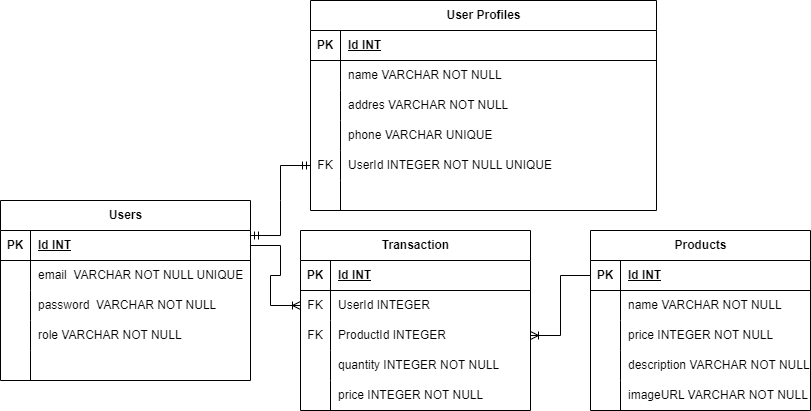
carloshakim00/Pair-Project-Group-7 keeps this draw.io diagram as schema.drawio.png. Above is the earlier version. Source tidied: cells renumbered, new cells last; positions are measured from the earlier drawing's top-left corner, leaving out a move shared by most shapes. Source of this version:
```xml
<mxGraphModel>
  <root>
    <mxCell id="0" />
    <mxCell id="1" parent="0" />
    <mxCell id="2" value="Users" style="shape=table;startSize=30;rowLines=0;fontStyle=1;align=center;html=1;" parent="1" vertex="1">
      <mxGeometry y="200" width="250" height="180" as="geometry" />
    </mxCell>
    <mxCell id="3" style="shape=tableRow;horizontal=0;startSize=0;swimlaneHead=0;swimlaneBody=0;fillColor=none;points=[[0,0.5],[1,0.5]];portConstraint=eastwest;top=0;left=0;right=0;bottom=1;" parent="2" vertex="1">
      <mxGeometry y="30" width="250" height="30" as="geometry" />
    </mxCell>
    <mxCell id="4" value="PK" style="shape=partialRectangle;fillColor=none;top=0;left=0;bottom=0;right=0;fontStyle=1;overflow=hidden;whiteSpace=wrap;html=1;" parent="3" vertex="1">
      <mxGeometry width="30" height="30" as="geometry" />
    </mxCell>
    <mxCell id="5" value="Id INT" style="shape=partialRectangle;fillColor=none;top=0;left=0;bottom=0;right=0;align=left;spacingLeft=6;fontStyle=5;overflow=hidden;whiteSpace=wrap;html=1;" parent="3" vertex="1">
      <mxGeometry x="30" width="220" height="30" as="geometry" />
    </mxCell>
    <mxCell id="6" style="shape=tableRow;horizontal=0;startSize=0;swimlaneHead=0;swimlaneBody=0;fillColor=none;top=0;left=0;right=0;bottom=0;" parent="2" vertex="1">
      <mxGeometry y="60" width="250" height="30" as="geometry" />
    </mxCell>
    <mxCell id="7" style="shape=partialRectangle;fillColor=none;top=0;left=0;bottom=0;right=0;overflow=hidden;whiteSpace=wrap;html=1;" parent="6" vertex="1">
      <mxGeometry width="30" height="30" as="geometry" />
    </mxCell>
    <mxCell id="8" value="email&amp;nbsp; VARCHAR NOT NULL UNIQUE" style="shape=partialRectangle;fillColor=none;top=0;left=0;bottom=0;right=0;align=left;spacingLeft=6;overflow=hidden;whiteSpace=wrap;html=1;" parent="6" vertex="1">
      <mxGeometry x="30" width="220" height="30" as="geometry" />
    </mxCell>
    <mxCell id="9" style="shape=tableRow;horizontal=0;startSize=0;swimlaneHead=0;swimlaneBody=0;fillColor=none;top=0;left=0;right=0;bottom=0;" parent="2" vertex="1">
      <mxGeometry y="90" width="250" height="30" as="geometry" />
    </mxCell>
    <mxCell id="10" style="shape=partialRectangle;fillColor=none;top=0;left=0;bottom=0;right=0;overflow=hidden;whiteSpace=wrap;html=1;" parent="9" vertex="1">
      <mxGeometry width="30" height="30" as="geometry" />
    </mxCell>
    <mxCell id="11" value="password&amp;nbsp; VARCHAR NOT NULL" style="shape=partialRectangle;fillColor=none;top=0;left=0;bottom=0;right=0;align=left;spacingLeft=6;overflow=hidden;whiteSpace=wrap;html=1;" parent="9" vertex="1">
      <mxGeometry x="30" width="220" height="30" as="geometry" />
    </mxCell>
    <mxCell id="12" style="shape=tableRow;horizontal=0;startSize=0;swimlaneHead=0;swimlaneBody=0;fillColor=none;top=0;left=0;right=0;bottom=0;" parent="2" vertex="1">
      <mxGeometry y="120" width="250" height="30" as="geometry" />
    </mxCell>
    <mxCell id="13" style="shape=partialRectangle;fillColor=none;top=0;left=0;bottom=0;right=0;overflow=hidden;whiteSpace=wrap;html=1;" parent="12" vertex="1">
      <mxGeometry width="30" height="30" as="geometry" />
    </mxCell>
    <mxCell id="14" value="role VARCHAR NOT NULL" style="shape=partialRectangle;fillColor=none;top=0;left=0;bottom=0;right=0;align=left;spacingLeft=6;overflow=hidden;whiteSpace=wrap;html=1;" parent="12" vertex="1">
      <mxGeometry x="30" width="220" height="30" as="geometry" />
    </mxCell>
    <mxCell id="15" style="shape=tableRow;horizontal=0;startSize=0;swimlaneHead=0;swimlaneBody=0;fillColor=none;top=0;left=0;right=0;bottom=0;" parent="2" vertex="1">
      <mxGeometry y="150" width="250" height="30" as="geometry" />
    </mxCell>
    <mxCell id="16" style="shape=partialRectangle;fillColor=none;top=0;left=0;bottom=0;right=0;overflow=hidden;whiteSpace=wrap;html=1;" parent="15" vertex="1">
      <mxGeometry width="30" height="30" as="geometry" />
    </mxCell>
    <mxCell id="17" style="shape=partialRectangle;fillColor=none;top=0;left=0;bottom=0;right=0;align=left;spacingLeft=6;overflow=hidden;whiteSpace=wrap;html=1;" parent="15" vertex="1">
      <mxGeometry x="30" width="220" height="30" as="geometry" />
    </mxCell>
    <mxCell id="18" value="User Profiles" style="shape=table;startSize=30;rowLines=0;fontStyle=1;align=center;html=1;" parent="1" vertex="1">
      <mxGeometry x="310" width="346" height="210" as="geometry" />
    </mxCell>
    <mxCell id="19" style="shape=tableRow;horizontal=0;startSize=0;swimlaneHead=0;swimlaneBody=0;fillColor=none;top=0;left=0;right=0;bottom=1;" parent="18" vertex="1">
      <mxGeometry y="30" width="346" height="30" as="geometry" />
    </mxCell>
    <mxCell id="20" value="PK" style="shape=partialRectangle;fillColor=none;top=0;left=0;bottom=0;right=0;fontStyle=1;overflow=hidden;whiteSpace=wrap;html=1;" parent="19" vertex="1">
      <mxGeometry width="30" height="30" as="geometry" />
    </mxCell>
    <mxCell id="21" value="Id INT" style="shape=partialRectangle;fillColor=none;top=0;left=0;bottom=0;right=0;align=left;spacingLeft=6;fontStyle=5;overflow=hidden;whiteSpace=wrap;html=1;" parent="19" vertex="1">
      <mxGeometry x="30" width="316" height="30" as="geometry" />
    </mxCell>
    <mxCell id="22" style="shape=tableRow;horizontal=0;startSize=0;swimlaneHead=0;swimlaneBody=0;fillColor=none;top=0;left=0;right=0;bottom=0;" parent="18" vertex="1">
      <mxGeometry y="60" width="346" height="30" as="geometry" />
    </mxCell>
    <mxCell id="23" style="shape=partialRectangle;fillColor=none;top=0;left=0;bottom=0;right=0;overflow=hidden;whiteSpace=wrap;html=1;" parent="22" vertex="1">
      <mxGeometry width="30" height="30" as="geometry" />
    </mxCell>
    <mxCell id="24" value="name VARCHAR NOT NULL" style="shape=partialRectangle;fillColor=none;top=0;left=0;bottom=0;right=0;align=left;spacingLeft=6;overflow=hidden;whiteSpace=wrap;html=1;" parent="22" vertex="1">
      <mxGeometry x="30" width="316" height="30" as="geometry" />
    </mxCell>
    <mxCell id="25" style="shape=tableRow;horizontal=0;startSize=0;swimlaneHead=0;swimlaneBody=0;fillColor=none;top=0;left=0;right=0;bottom=0;" parent="18" vertex="1">
      <mxGeometry y="90" width="346" height="30" as="geometry" />
    </mxCell>
    <mxCell id="26" style="shape=partialRectangle;fillColor=none;top=0;left=0;bottom=0;right=0;overflow=hidden;whiteSpace=wrap;html=1;" parent="25" vertex="1">
      <mxGeometry width="30" height="30" as="geometry" />
    </mxCell>
    <mxCell id="27" value="addres VARCHAR NOT NULL" style="shape=partialRectangle;fillColor=none;top=0;left=0;bottom=0;right=0;align=left;spacingLeft=6;overflow=hidden;whiteSpace=wrap;html=1;" parent="25" vertex="1">
      <mxGeometry x="30" width="316" height="30" as="geometry" />
    </mxCell>
    <mxCell id="28" style="shape=tableRow;horizontal=0;startSize=0;swimlaneHead=0;swimlaneBody=0;fillColor=none;top=0;left=0;right=0;bottom=0;" parent="18" vertex="1">
      <mxGeometry y="120" width="346" height="30" as="geometry" />
    </mxCell>
    <mxCell id="29" style="shape=partialRectangle;fillColor=none;top=0;left=0;bottom=0;right=0;overflow=hidden;whiteSpace=wrap;html=1;" parent="28" vertex="1">
      <mxGeometry width="30" height="30" as="geometry" />
    </mxCell>
    <mxCell id="30" value="phone VARCHAR UNIQUE" style="shape=partialRectangle;fillColor=none;top=0;left=0;bottom=0;right=0;align=left;spacingLeft=6;overflow=hidden;whiteSpace=wrap;html=1;" parent="28" vertex="1">
      <mxGeometry x="30" width="316" height="30" as="geometry" />
    </mxCell>
    <mxCell id="31" style="shape=tableRow;horizontal=0;startSize=0;swimlaneHead=0;swimlaneBody=0;fillColor=none;points=[[0,0.5],[1,0.5]];portConstraint=eastwest;top=0;left=0;right=0;bottom=0;" parent="18" vertex="1">
      <mxGeometry y="150" width="346" height="30" as="geometry" />
    </mxCell>
    <mxCell id="32" value="FK" style="shape=partialRectangle;fillColor=none;top=0;left=0;bottom=0;right=0;overflow=hidden;whiteSpace=wrap;html=1;" parent="31" vertex="1">
      <mxGeometry width="30" height="30" as="geometry" />
    </mxCell>
    <mxCell id="33" value="UserId INTEGER NOT NULL UNIQUE" style="shape=partialRectangle;fillColor=none;top=0;left=0;bottom=0;right=0;align=left;spacingLeft=6;overflow=hidden;whiteSpace=wrap;html=1;" parent="31" vertex="1">
      <mxGeometry x="30" width="316" height="30" as="geometry" />
    </mxCell>
    <mxCell id="34" style="shape=tableRow;horizontal=0;startSize=0;swimlaneHead=0;swimlaneBody=0;fillColor=none;top=0;left=0;right=0;bottom=0;" parent="18" vertex="1">
      <mxGeometry y="180" width="346" height="30" as="geometry" />
    </mxCell>
    <mxCell id="35" style="shape=partialRectangle;fillColor=none;top=0;left=0;bottom=0;right=0;overflow=hidden;whiteSpace=wrap;html=1;" parent="34" vertex="1">
      <mxGeometry width="30" height="30" as="geometry" />
    </mxCell>
    <mxCell id="36" style="shape=partialRectangle;fillColor=none;top=0;left=0;bottom=0;right=0;align=left;spacingLeft=6;overflow=hidden;whiteSpace=wrap;html=1;" parent="34" vertex="1">
      <mxGeometry x="30" width="316" height="30" as="geometry" />
    </mxCell>
    <mxCell id="37" style="edgeStyle=entityRelationEdgeStyle;fontSize=12;html=1;endArrow=ERmandOne;startArrow=ERmandOne;rounded=0;entryX=0;entryY=0.5;entryDx=0;entryDy=0;exitX=1;exitY=0.167;exitDx=0;exitDy=0;exitPerimeter=0;" parent="1" edge="1" source="3" target="31">
      <mxGeometry relative="1" as="geometry" />
    </mxCell>
    <mxCell id="38" value="Products" style="shape=table;startSize=30;rowLines=0;fontStyle=1;align=center;html=1;" parent="1" vertex="1">
      <mxGeometry x="590" y="230" width="220" height="180" as="geometry" />
    </mxCell>
    <mxCell id="39" style="shape=tableRow;horizontal=0;startSize=0;swimlaneHead=0;swimlaneBody=0;fillColor=none;points=[[0,0.5],[1,0.5]];portConstraint=eastwest;top=0;left=0;right=0;bottom=1;" parent="38" vertex="1">
      <mxGeometry y="30" width="220" height="30" as="geometry" />
    </mxCell>
    <mxCell id="40" value="PK" style="shape=partialRectangle;fillColor=none;top=0;left=0;bottom=0;right=0;fontStyle=1;overflow=hidden;whiteSpace=wrap;html=1;" parent="39" vertex="1">
      <mxGeometry width="30" height="30" as="geometry" />
    </mxCell>
    <mxCell id="41" value="Id INT" style="shape=partialRectangle;fillColor=none;top=0;left=0;bottom=0;right=0;align=left;spacingLeft=6;fontStyle=5;overflow=hidden;whiteSpace=wrap;html=1;" parent="39" vertex="1">
      <mxGeometry x="30" width="190" height="30" as="geometry" />
    </mxCell>
    <mxCell id="42" style="shape=tableRow;horizontal=0;startSize=0;swimlaneHead=0;swimlaneBody=0;fillColor=none;top=0;left=0;right=0;bottom=0;" parent="38" vertex="1">
      <mxGeometry y="60" width="220" height="30" as="geometry" />
    </mxCell>
    <mxCell id="43" style="shape=partialRectangle;fillColor=none;top=0;left=0;bottom=0;right=0;overflow=hidden;whiteSpace=wrap;html=1;" parent="42" vertex="1">
      <mxGeometry width="30" height="30" as="geometry" />
    </mxCell>
    <mxCell id="44" value="name VARCHAR NOT NULL" style="shape=partialRectangle;fillColor=none;top=0;left=0;bottom=0;right=0;align=left;spacingLeft=6;overflow=hidden;whiteSpace=wrap;html=1;" parent="42" vertex="1">
      <mxGeometry x="30" width="190" height="30" as="geometry" />
    </mxCell>
    <mxCell id="45" style="shape=tableRow;horizontal=0;startSize=0;swimlaneHead=0;swimlaneBody=0;fillColor=none;top=0;left=0;right=0;bottom=0;" parent="38" vertex="1">
      <mxGeometry y="90" width="220" height="30" as="geometry" />
    </mxCell>
    <mxCell id="46" style="shape=partialRectangle;fillColor=none;top=0;left=0;bottom=0;right=0;overflow=hidden;whiteSpace=wrap;html=1;" parent="45" vertex="1">
      <mxGeometry width="30" height="30" as="geometry" />
    </mxCell>
    <mxCell id="47" value="price INTEGER NOT NULL" style="shape=partialRectangle;fillColor=none;top=0;left=0;bottom=0;right=0;align=left;spacingLeft=6;overflow=hidden;whiteSpace=wrap;html=1;" parent="45" vertex="1">
      <mxGeometry x="30" width="190" height="30" as="geometry" />
    </mxCell>
    <mxCell id="48" style="shape=tableRow;horizontal=0;startSize=0;swimlaneHead=0;swimlaneBody=0;fillColor=none;top=0;left=0;right=0;bottom=0;" parent="38" vertex="1">
      <mxGeometry y="120" width="220" height="30" as="geometry" />
    </mxCell>
    <mxCell id="49" style="shape=partialRectangle;fillColor=none;top=0;left=0;bottom=0;right=0;overflow=hidden;whiteSpace=wrap;html=1;" parent="48" vertex="1">
      <mxGeometry width="30" height="30" as="geometry" />
    </mxCell>
    <mxCell id="50" value="description VARCHAR NOT NULL" style="shape=partialRectangle;fillColor=none;top=0;left=0;bottom=0;right=0;align=left;spacingLeft=6;overflow=hidden;whiteSpace=wrap;html=1;" parent="48" vertex="1">
      <mxGeometry x="30" width="190" height="30" as="geometry" />
    </mxCell>
    <mxCell id="51" style="shape=tableRow;horizontal=0;startSize=0;swimlaneHead=0;swimlaneBody=0;fillColor=none;top=0;left=0;right=0;bottom=0;" parent="38" vertex="1">
      <mxGeometry y="150" width="220" height="30" as="geometry" />
    </mxCell>
    <mxCell id="52" style="shape=partialRectangle;fillColor=none;top=0;left=0;bottom=0;right=0;overflow=hidden;whiteSpace=wrap;html=1;" parent="51" vertex="1">
      <mxGeometry width="30" height="30" as="geometry" />
    </mxCell>
    <mxCell id="53" value="imageURL VARCHAR NOT NULL" style="shape=partialRectangle;fillColor=none;top=0;left=0;bottom=0;right=0;align=left;spacingLeft=6;overflow=hidden;whiteSpace=wrap;html=1;" parent="51" vertex="1">
      <mxGeometry x="30" width="190" height="30" as="geometry" />
    </mxCell>
    <mxCell id="54" value="Transaction" style="shape=table;startSize=30;rowLines=0;fontStyle=1;align=center;html=1;" parent="1" vertex="1">
      <mxGeometry x="300" y="230" width="230" height="180" as="geometry" />
    </mxCell>
    <mxCell id="55" style="shape=tableRow;horizontal=0;startSize=0;swimlaneHead=0;swimlaneBody=0;fillColor=none;top=0;left=0;right=0;bottom=1;" parent="54" vertex="1">
      <mxGeometry y="30" width="230" height="30" as="geometry" />
    </mxCell>
    <mxCell id="56" value="PK" style="shape=partialRectangle;fillColor=none;top=0;left=0;bottom=0;right=0;fontStyle=1;overflow=hidden;whiteSpace=wrap;html=1;" parent="55" vertex="1">
      <mxGeometry width="30" height="30" as="geometry" />
    </mxCell>
    <mxCell id="57" value="Id INT" style="shape=partialRectangle;fillColor=none;top=0;left=0;bottom=0;right=0;align=left;spacingLeft=6;fontStyle=5;overflow=hidden;whiteSpace=wrap;html=1;" parent="55" vertex="1">
      <mxGeometry x="30" width="200" height="30" as="geometry" />
    </mxCell>
    <mxCell id="58" style="shape=tableRow;horizontal=0;startSize=0;swimlaneHead=0;swimlaneBody=0;fillColor=none;points=[[0,0.5],[1,0.5]];portConstraint=eastwest;top=0;left=0;right=0;bottom=0;" parent="54" vertex="1">
      <mxGeometry y="60" width="230" height="30" as="geometry" />
    </mxCell>
    <mxCell id="59" value="FK" style="shape=partialRectangle;fillColor=none;top=0;left=0;bottom=0;right=0;overflow=hidden;whiteSpace=wrap;html=1;" parent="58" vertex="1">
      <mxGeometry width="30" height="30" as="geometry" />
    </mxCell>
    <mxCell id="60" value="UserId INTEGER" style="shape=partialRectangle;fillColor=none;top=0;left=0;bottom=0;right=0;align=left;spacingLeft=6;overflow=hidden;whiteSpace=wrap;html=1;" parent="58" vertex="1">
      <mxGeometry x="30" width="200" height="30" as="geometry" />
    </mxCell>
    <mxCell id="61" style="shape=tableRow;horizontal=0;startSize=0;swimlaneHead=0;swimlaneBody=0;fillColor=none;points=[[0,0.5],[1,0.5]];portConstraint=eastwest;top=0;left=0;right=0;bottom=0;" parent="54" vertex="1">
      <mxGeometry y="90" width="230" height="30" as="geometry" />
    </mxCell>
    <mxCell id="62" value="FK" style="shape=partialRectangle;fillColor=none;top=0;left=0;bottom=0;right=0;overflow=hidden;whiteSpace=wrap;html=1;" parent="61" vertex="1">
      <mxGeometry width="30" height="30" as="geometry" />
    </mxCell>
    <mxCell id="63" value="ProductId INTEGER" style="shape=partialRectangle;fillColor=none;top=0;left=0;bottom=0;right=0;align=left;spacingLeft=6;overflow=hidden;whiteSpace=wrap;html=1;" parent="61" vertex="1">
      <mxGeometry x="30" width="200" height="30" as="geometry" />
    </mxCell>
    <mxCell id="64" style="shape=tableRow;horizontal=0;startSize=0;swimlaneHead=0;swimlaneBody=0;fillColor=none;top=0;left=0;right=0;bottom=0;" parent="54" vertex="1">
      <mxGeometry y="120" width="230" height="30" as="geometry" />
    </mxCell>
    <mxCell id="65" style="shape=partialRectangle;fillColor=none;top=0;left=0;bottom=0;right=0;overflow=hidden;whiteSpace=wrap;html=1;" parent="64" vertex="1">
      <mxGeometry width="30" height="30" as="geometry" />
    </mxCell>
    <mxCell id="66" value="quantity INTEGER NOT NULL" style="shape=partialRectangle;fillColor=none;top=0;left=0;bottom=0;right=0;align=left;spacingLeft=6;overflow=hidden;whiteSpace=wrap;html=1;" parent="64" vertex="1">
      <mxGeometry x="30" width="200" height="30" as="geometry" />
    </mxCell>
    <mxCell id="67" style="shape=tableRow;horizontal=0;startSize=0;swimlaneHead=0;swimlaneBody=0;fillColor=none;top=0;left=0;right=0;bottom=0;" parent="54" vertex="1">
      <mxGeometry y="150" width="230" height="30" as="geometry" />
    </mxCell>
    <mxCell id="68" style="shape=partialRectangle;fillColor=none;top=0;left=0;bottom=0;right=0;overflow=hidden;whiteSpace=wrap;html=1;" parent="67" vertex="1">
      <mxGeometry width="30" height="30" as="geometry" />
    </mxCell>
    <mxCell id="69" value="price INTEGER NOT NULL" style="shape=partialRectangle;fillColor=none;top=0;left=0;bottom=0;right=0;align=left;spacingLeft=6;overflow=hidden;whiteSpace=wrap;html=1;" parent="67" vertex="1">
      <mxGeometry x="30" width="200" height="30" as="geometry" />
    </mxCell>
    <mxCell id="70" style="edgeStyle=entityRelationEdgeStyle;fontSize=12;html=1;endArrow=ERoneToMany;rounded=0;exitX=1;exitY=0.5;exitDx=0;exitDy=0;entryX=0;entryY=0.5;entryDx=0;entryDy=0;" parent="1" edge="1" source="3" target="58">
      <mxGeometry relative="1" as="geometry" />
    </mxCell>
    <mxCell id="71" style="edgeStyle=entityRelationEdgeStyle;fontSize=12;html=1;endArrow=ERoneToMany;rounded=0;exitX=0;exitY=0.5;exitDx=0;exitDy=0;entryX=1;entryY=0.5;entryDx=0;entryDy=0;" parent="1" edge="1" source="39" target="61">
      <mxGeometry relative="1" as="geometry" />
    </mxCell>
  </root>
</mxGraphModel>
```
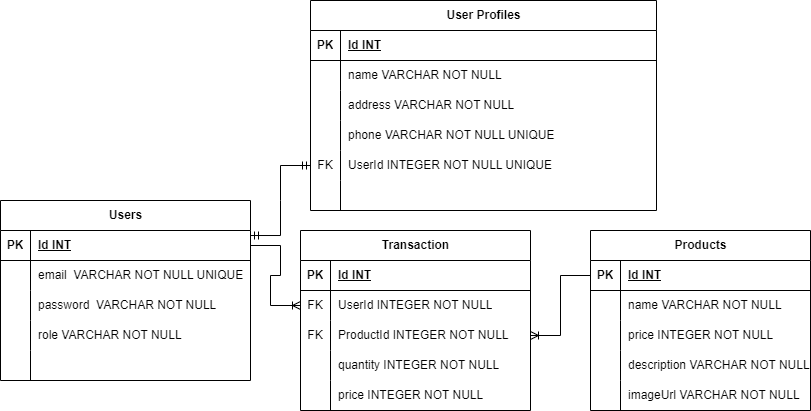
Above is the later version.

Change to the diagram source:
```diff
@@ -77,7 +77,7 @@
     <mxCell id="26" style="shape=partialRectangle;fillColor=none;top=0;left=0;bottom=0;right=0;overflow=hidden;whiteSpace=wrap;html=1;" parent="25" vertex="1">
       <mxGeometry width="30" height="30" as="geometry" />
     </mxCell>
-    <mxCell id="27" value="addres VARCHAR NOT NULL" style="shape=partialRectangle;fillColor=none;top=0;left=0;bottom=0;right=0;align=left;spacingLeft=6;overflow=hidden;whiteSpace=wrap;html=1;" parent="25" vertex="1">
+    <mxCell id="27" value="address VARCHAR NOT NULL" style="shape=partialRectangle;fillColor=none;top=0;left=0;bottom=0;right=0;align=left;spacingLeft=6;overflow=hidden;whiteSpace=wrap;html=1;" parent="25" vertex="1">
       <mxGeometry x="30" width="316" height="30" as="geometry" />
     </mxCell>
     <mxCell id="28" style="shape=tableRow;horizontal=0;startSize=0;swimlaneHead=0;swimlaneBody=0;fillColor=none;top=0;left=0;right=0;bottom=0;" parent="18" vertex="1">
@@ -86,7 +86,7 @@
     <mxCell id="29" style="shape=partialRectangle;fillColor=none;top=0;left=0;bottom=0;right=0;overflow=hidden;whiteSpace=wrap;html=1;" parent="28" vertex="1">
       <mxGeometry width="30" height="30" as="geometry" />
     </mxCell>
-    <mxCell id="30" value="phone VARCHAR UNIQUE" style="shape=partialRectangle;fillColor=none;top=0;left=0;bottom=0;right=0;align=left;spacingLeft=6;overflow=hidden;whiteSpace=wrap;html=1;" parent="28" vertex="1">
+    <mxCell id="30" value="phone VARCHAR NOT NULL UNIQUE" style="shape=partialRectangle;fillColor=none;top=0;left=0;bottom=0;right=0;align=left;spacingLeft=6;overflow=hidden;whiteSpace=wrap;html=1;" parent="28" vertex="1">
       <mxGeometry x="30" width="316" height="30" as="geometry" />
     </mxCell>
     <mxCell id="31" style="shape=tableRow;horizontal=0;startSize=0;swimlaneHead=0;swimlaneBody=0;fillColor=none;points=[[0,0.5],[1,0.5]];portConstraint=eastwest;top=0;left=0;right=0;bottom=0;" parent="18" vertex="1">
@@ -155,7 +155,7 @@
     <mxCell id="52" style="shape=partialRectangle;fillColor=none;top=0;left=0;bottom=0;right=0;overflow=hidden;whiteSpace=wrap;html=1;" parent="51" vertex="1">
       <mxGeometry width="30" height="30" as="geometry" />
     </mxCell>
-    <mxCell id="53" value="imageURL VARCHAR NOT NULL" style="shape=partialRectangle;fillColor=none;top=0;left=0;bottom=0;right=0;align=left;spacingLeft=6;overflow=hidden;whiteSpace=wrap;html=1;" parent="51" vertex="1">
+    <mxCell id="53" value="imageUrl VARCHAR NOT NULL" style="shape=partialRectangle;fillColor=none;top=0;left=0;bottom=0;right=0;align=left;spacingLeft=6;overflow=hidden;whiteSpace=wrap;html=1;" parent="51" vertex="1">
       <mxGeometry x="30" width="190" height="30" as="geometry" />
     </mxCell>
     <mxCell id="54" value="Transaction" style="shape=table;startSize=30;rowLines=0;fontStyle=1;align=center;html=1;" parent="1" vertex="1">
@@ -176,7 +176,7 @@
     <mxCell id="59" value="FK" style="shape=partialRectangle;fillColor=none;top=0;left=0;bottom=0;right=0;overflow=hidden;whiteSpace=wrap;html=1;" parent="58" vertex="1">
       <mxGeometry width="30" height="30" as="geometry" />
     </mxCell>
-    <mxCell id="60" value="UserId INTEGER" style="shape=partialRectangle;fillColor=none;top=0;left=0;bottom=0;right=0;align=left;spacingLeft=6;overflow=hidden;whiteSpace=wrap;html=1;" parent="58" vertex="1">
+    <mxCell id="60" value="UserId INTEGER NOT NULL" style="shape=partialRectangle;fillColor=none;top=0;left=0;bottom=0;right=0;align=left;spacingLeft=6;overflow=hidden;whiteSpace=wrap;html=1;" parent="58" vertex="1">
       <mxGeometry x="30" width="200" height="30" as="geometry" />
     </mxCell>
     <mxCell id="61" style="shape=tableRow;horizontal=0;startSize=0;swimlaneHead=0;swimlaneBody=0;fillColor=none;points=[[0,0.5],[1,0.5]];portConstraint=eastwest;top=0;left=0;right=0;bottom=0;" parent="54" vertex="1">
@@ -185,7 +185,7 @@
     <mxCell id="62" value="FK" style="shape=partialRectangle;fillColor=none;top=0;left=0;bottom=0;right=0;overflow=hidden;whiteSpace=wrap;html=1;" parent="61" vertex="1">
       <mxGeometry width="30" height="30" as="geometry" />
     </mxCell>
-    <mxCell id="63" value="ProductId INTEGER" style="shape=partialRectangle;fillColor=none;top=0;left=0;bottom=0;right=0;align=left;spacingLeft=6;overflow=hidden;whiteSpace=wrap;html=1;" parent="61" vertex="1">
+    <mxCell id="63" value="ProductId INTEGER NOT NULL" style="shape=partialRectangle;fillColor=none;top=0;left=0;bottom=0;right=0;align=left;spacingLeft=6;overflow=hidden;whiteSpace=wrap;html=1;" parent="61" vertex="1">
       <mxGeometry x="30" width="200" height="30" as="geometry" />
     </mxCell>
     <mxCell id="64" style="shape=tableRow;horizontal=0;startSize=0;swimlaneHead=0;swimlaneBody=0;fillColor=none;top=0;left=0;right=0;bottom=0;" parent="54" vertex="1">
```
